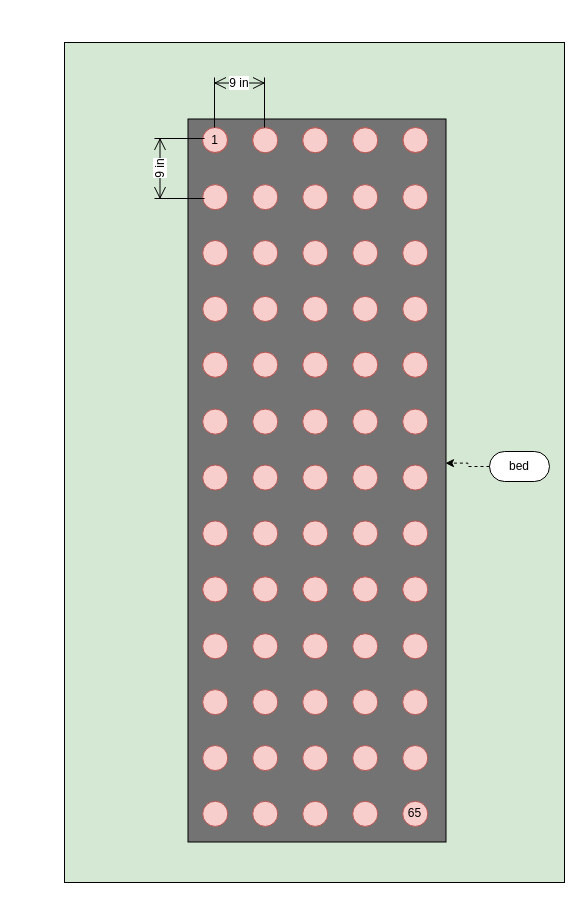
This is page "plant spacing" (2 of 2) of docs/spring2020/Flower-Field-Spring-2020.drawio from ohiobarn/flowerfarm, a draw.io file, before an edit. Source tidied: cells renumbered, new cells numbered last; positions are measured from the earlier drawing's top-left corner, leaving out a move shared by most shapes. Both pictures are drawn from the tidied source at 100%, with x=0, y=0 at pixel (-45, 42).
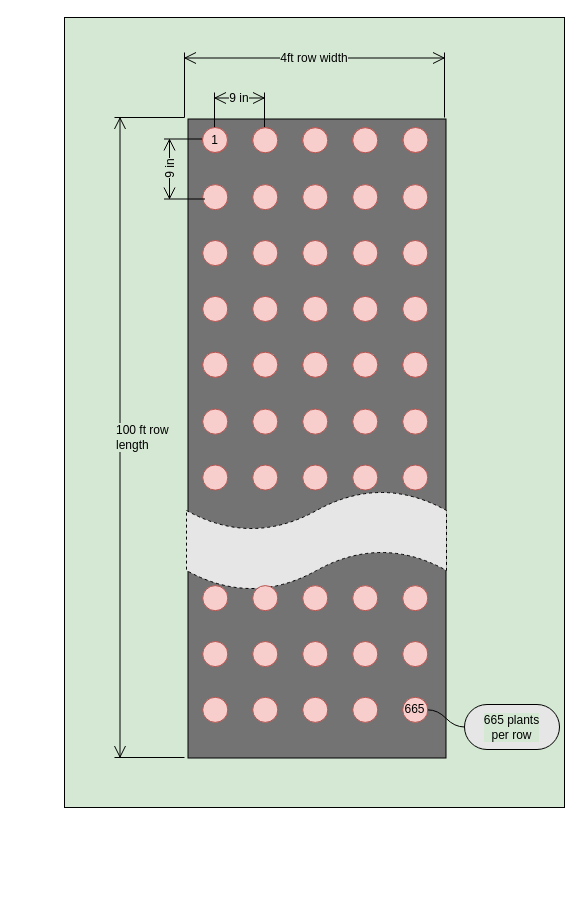
The same page after the edit.

Unchanged cells that the change refers to:
```xml
<mxCell id="12" style="group;rotation=90;" parent="5" vertex="1">
  <mxGeometry x="85" y="244.5" width="226" height="27.9" as="geometry" />
</mxCell>
<mxCell id="18" style="group;rotation=90;" parent="5" vertex="1">
  <mxGeometry x="85" y="469.1" width="226" height="27.9" as="geometry" />
</mxCell>
<mxCell id="32" style="group;rotation=90;" parent="25" vertex="1">
  <mxGeometry y="224.5" width="226" height="27.9" as="geometry" />
</mxCell>
<mxCell id="38" style="group;rotation=90;" parent="25" vertex="1">
  <mxGeometry y="449.1" width="226" height="27.9" as="geometry" />
</mxCell>
<mxCell id="59" style="group;rotation=90;" parent="52" vertex="1">
  <mxGeometry y="224.5" width="226" height="27.9" as="geometry" />
</mxCell>
<mxCell id="65" style="group;rotation=90;" parent="52" vertex="1">
  <mxGeometry y="449.1" width="226" height="27.9" as="geometry" />
</mxCell>
<mxCell id="79" style="group;rotation=90;" parent="72" vertex="1">
  <mxGeometry y="224.5" width="226" height="27.9" as="geometry" />
</mxCell>
<mxCell id="85" style="group;rotation=90;" parent="72" vertex="1">
  <mxGeometry y="449.1" width="226" height="27.9" as="geometry" />
</mxCell>
<mxCell id="99" style="group;rotation=90;" parent="92" vertex="1">
  <mxGeometry y="224.5" width="226" height="27.9" as="geometry" />
</mxCell>
<mxCell id="105" style="group;rotation=90;" parent="92" vertex="1">
  <mxGeometry y="449.1" width="226" height="27.9" as="geometry" />
</mxCell>
```

Diff of the diagram source:
```diff
@@
     <mxCell id="2" style="rounded=0;whiteSpace=wrap;html=1;fillColor=#D5E8D4;labelBackgroundColor=none;" parent="1" vertex="1">
-      <mxGeometry x="109" width="500" height="840" as="geometry" />
+      <mxGeometry x="109" y="-25" width="500" height="790" as="geometry" />
     </mxCell>
     <mxCell id="3" style="rounded=0;whiteSpace=wrap;html=1;fillColor=#737373;rotation=90;" parent="1" vertex="1">
-      <mxGeometry y="309" width="723" height="258" as="geometry" />
+      <mxGeometry x="42" y="267" width="639" height="258" as="geometry" />
     </mxCell>
@@
-    <mxCell id="13" style="ellipse;whiteSpace=wrap;html=1;fillColor=#f8cecc;strokeColor=#b85450;rotation=-90;" parent="12" vertex="1">
-      <mxGeometry x="100.2" y="111.7" width="25.1" height="25.1" as="geometry" />
-    </mxCell>
-    <mxCell id="14" style="ellipse;whiteSpace=wrap;html=1;fillColor=#f8cecc;strokeColor=#b85450;rotation=-90;" parent="12" vertex="1">
-      <mxGeometry x="100.2" y="55.9" width="25.1" height="25.1" as="geometry" />
-    </mxCell>
@@
     <mxCell id="19" style="ellipse;whiteSpace=wrap;html=1;fillColor=#f8cecc;strokeColor=#b85450;rotation=-90;" parent="18" vertex="1">
-      <mxGeometry x="100.2" y="111.7" width="25.1" height="25.1" as="geometry" />
+      <mxGeometry x="100.2" y="7.7" width="25.1" height="25.1" as="geometry" />
     </mxCell>
     <mxCell id="20" style="ellipse;whiteSpace=wrap;html=1;fillColor=#f8cecc;strokeColor=#b85450;rotation=-90;" parent="18" vertex="1">
-      <mxGeometry x="100.2" y="55.9" width="25.1" height="25.1" as="geometry" />
+      <mxGeometry x="100.2" y="-48.1" width="25.1" height="25.1" as="geometry" />
     </mxCell>
     <mxCell id="21" style="ellipse;whiteSpace=wrap;html=1;fillColor=#f8cecc;strokeColor=#b85450;rotation=-90;" parent="18" vertex="1">
-      <mxGeometry x="100.2" width="25.1" height="25.1" as="geometry" />
+      <mxGeometry x="100.2" y="-104" width="25.1" height="25.1" as="geometry" />
     </mxCell>
-    <mxCell id="22" style="ellipse;whiteSpace=wrap;html=1;fillColor=#f8cecc;strokeColor=#b85450;rotation=-90;" parent="18" vertex="1">
-      <mxGeometry x="100.2" y="-55.9" width="25.1" height="25.1" as="geometry" />
-    </mxCell>
-    <mxCell id="23" style="ellipse;whiteSpace=wrap;html=1;fillColor=#f8cecc;strokeColor=#b85450;rotation=-90;" parent="18" vertex="1">
-      <mxGeometry x="100.2" y="-112.8" width="25.1" height="25.1" as="geometry" />
-    </mxCell>
@@
-    <mxCell id="33" style="ellipse;whiteSpace=wrap;html=1;fillColor=#f8cecc;strokeColor=#b85450;rotation=-90;" parent="32" vertex="1">
-      <mxGeometry x="100.2" y="111.7" width="25.1" height="25.1" as="geometry" />
-    </mxCell>
-    <mxCell id="34" style="ellipse;whiteSpace=wrap;html=1;fillColor=#f8cecc;strokeColor=#b85450;rotation=-90;" parent="32" vertex="1">
-      <mxGeometry x="100.2" y="55.9" width="25.1" height="25.1" as="geometry" />
-    </mxCell>
@@
-    <mxCell id="39" value="65" style="ellipse;whiteSpace=wrap;html=1;fillColor=#f8cecc;strokeColor=#b85450;rotation=0;direction=south;" parent="38" vertex="1">
-      <mxGeometry x="100.2" y="111.7" width="25.1" height="25.1" as="geometry" />
+    <mxCell id="39" value="665" style="ellipse;whiteSpace=wrap;html=1;fillColor=#f8cecc;strokeColor=#b85450;rotation=0;direction=south;" parent="38" vertex="1">
+      <mxGeometry x="100.2" y="7.7" width="25.1" height="25.1" as="geometry" />
     </mxCell>
     <mxCell id="40" style="ellipse;whiteSpace=wrap;html=1;fillColor=#f8cecc;strokeColor=#b85450;rotation=-90;" parent="38" vertex="1">
-      <mxGeometry x="100.2" y="55.9" width="25.1" height="25.1" as="geometry" />
+      <mxGeometry x="100.2" y="-48.1" width="25.1" height="25.1" as="geometry" />
     </mxCell>
     <mxCell id="41" style="ellipse;whiteSpace=wrap;html=1;fillColor=#f8cecc;strokeColor=#b85450;rotation=-90;" parent="38" vertex="1">
-      <mxGeometry x="100.2" width="25.1" height="25.1" as="geometry" />
+      <mxGeometry x="100.2" y="-104" width="25.1" height="25.1" as="geometry" />
     </mxCell>
-    <mxCell id="42" style="ellipse;whiteSpace=wrap;html=1;fillColor=#f8cecc;strokeColor=#b85450;rotation=-90;" parent="38" vertex="1">
-      <mxGeometry x="100.2" y="-55.9" width="25.1" height="25.1" as="geometry" />
-    </mxCell>
-    <mxCell id="43" style="ellipse;whiteSpace=wrap;html=1;fillColor=#f8cecc;strokeColor=#b85450;rotation=-90;" parent="38" vertex="1">
-      <mxGeometry x="100.2" y="-112.8" width="25.1" height="25.1" as="geometry" />
-    </mxCell>
-    <mxCell id="44" style="group;" parent="1" vertex="1">
-      <mxGeometry x="197" y="85" width="326" height="590" as="geometry" />
-    </mxCell>
+    <mxCell id="111" value="9 in" style="shape=dimension;direction=west;whiteSpace=wrap;html=1;align=center;verticalAlign=top;spacingTop=-8;labelBackgroundColor=#D5E8D4;fillColor=#737373;" parent="1" vertex="1">
+      <mxGeometry x="259" y="50" width="50" height="35" as="geometry" />
+    </mxCell>
+    <mxCell id="112" value="9 in" style="shape=dimension;direction=west;whiteSpace=wrap;html=1;align=center;verticalAlign=top;spacingTop=-8;labelBackgroundColor=#D5E8D4;fillColor=#737373;rotation=270;" parent="1" vertex="1">
+      <mxGeometry x="199" y="106" width="60" height="41" as="geometry" />
+    </mxCell>
+    <mxCell id="115" style="shape=tape;whiteSpace=wrap;html=1;labelBackgroundColor=#D5E8D4;fillColor=#E6E6E6;fontColor=#000000;dashed=1;" parent="1" vertex="1">
+      <mxGeometry x="231" y="448" width="260" height="100" as="geometry" />
+    </mxCell>
-    <mxCell id="45" style="group;" parent="44" vertex="1">
-      <mxGeometry width="301.5" height="25" as="geometry" />
+    <mxCell id="45" style="group;" parent="1" vertex="1">
+      <mxGeometry x="197" y="85" width="301.5" height="25" as="geometry" />
     </mxCell>
@@
-    <mxCell id="51" style="group;" parent="44" vertex="1">
-      <mxGeometry y="163" width="226" height="427" as="geometry" />
+    <mxCell id="51" style="group;" parent="1" vertex="1">
+      <mxGeometry x="197" y="248" width="226" height="427" as="geometry" />
     </mxCell>
@@
-    <mxCell id="60" style="ellipse;whiteSpace=wrap;html=1;fillColor=#f8cecc;strokeColor=#b85450;rotation=-90;" parent="59" vertex="1">
-      <mxGeometry x="100.2" y="111.7" width="25.1" height="25.1" as="geometry" />
-    </mxCell>
-    <mxCell id="61" style="ellipse;whiteSpace=wrap;html=1;fillColor=#f8cecc;strokeColor=#b85450;rotation=-90;" parent="59" vertex="1">
-      <mxGeometry x="100.2" y="55.9" width="25.1" height="25.1" as="geometry" />
-    </mxCell>
@@
     <mxCell id="66" style="ellipse;whiteSpace=wrap;html=1;fillColor=#f8cecc;strokeColor=#b85450;rotation=-90;" parent="65" vertex="1">
-      <mxGeometry x="100.2" y="111.7" width="25.1" height="25.1" as="geometry" />
+      <mxGeometry x="100.2" y="7.7" width="25.1" height="25.1" as="geometry" />
     </mxCell>
     <mxCell id="67" style="ellipse;whiteSpace=wrap;html=1;fillColor=#f8cecc;strokeColor=#b85450;rotation=-90;" parent="65" vertex="1">
-      <mxGeometry x="100.2" y="55.9" width="25.1" height="25.1" as="geometry" />
+      <mxGeometry x="100.2" y="-48.1" width="25.1" height="25.1" as="geometry" />
     </mxCell>
     <mxCell id="68" style="ellipse;whiteSpace=wrap;html=1;fillColor=#f8cecc;strokeColor=#b85450;rotation=-90;" parent="65" vertex="1">
-      <mxGeometry x="100.2" width="25.1" height="25.1" as="geometry" />
+      <mxGeometry x="100.2" y="-104" width="25.1" height="25.1" as="geometry" />
     </mxCell>
-    <mxCell id="69" style="ellipse;whiteSpace=wrap;html=1;fillColor=#f8cecc;strokeColor=#b85450;rotation=-90;" parent="65" vertex="1">
-      <mxGeometry x="100.2" y="-55.9" width="25.1" height="25.1" as="geometry" />
-    </mxCell>
-    <mxCell id="70" style="ellipse;whiteSpace=wrap;html=1;fillColor=#f8cecc;strokeColor=#b85450;rotation=-90;" parent="65" vertex="1">
-      <mxGeometry x="100.2" y="-112.8" width="25.1" height="25.1" as="geometry" />
-    </mxCell>
-    <mxCell id="71" style="group;" parent="44" vertex="1">
-      <mxGeometry x="50" y="163" width="226" height="427" as="geometry" />
+    <mxCell id="71" style="group;" parent="1" vertex="1">
+      <mxGeometry x="247" y="248" width="226" height="427" as="geometry" />
     </mxCell>
@@
-    <mxCell id="80" style="ellipse;whiteSpace=wrap;html=1;fillColor=#f8cecc;strokeColor=#b85450;rotation=-90;" parent="79" vertex="1">
-      <mxGeometry x="100.2" y="111.7" width="25.1" height="25.1" as="geometry" />
-    </mxCell>
-    <mxCell id="81" style="ellipse;whiteSpace=wrap;html=1;fillColor=#f8cecc;strokeColor=#b85450;rotation=-90;" parent="79" vertex="1">
-      <mxGeometry x="100.2" y="55.9" width="25.1" height="25.1" as="geometry" />
-    </mxCell>
@@
     <mxCell id="86" style="ellipse;whiteSpace=wrap;html=1;fillColor=#f8cecc;strokeColor=#b85450;rotation=-90;" parent="85" vertex="1">
-      <mxGeometry x="100.2" y="111.7" width="25.1" height="25.1" as="geometry" />
+      <mxGeometry x="100.2" y="7.7" width="25.1" height="25.1" as="geometry" />
     </mxCell>
     <mxCell id="87" style="ellipse;whiteSpace=wrap;html=1;fillColor=#f8cecc;strokeColor=#b85450;rotation=-90;" parent="85" vertex="1">
-      <mxGeometry x="100.2" y="55.9" width="25.1" height="25.1" as="geometry" />
+      <mxGeometry x="100.2" y="-48.1" width="25.1" height="25.1" as="geometry" />
     </mxCell>
     <mxCell id="88" style="ellipse;whiteSpace=wrap;html=1;fillColor=#f8cecc;strokeColor=#b85450;rotation=-90;" parent="85" vertex="1">
-      <mxGeometry x="100.2" width="25.1" height="25.1" as="geometry" />
+      <mxGeometry x="100.2" y="-104" width="25.1" height="25.1" as="geometry" />
     </mxCell>
-    <mxCell id="89" style="ellipse;whiteSpace=wrap;html=1;fillColor=#f8cecc;strokeColor=#b85450;rotation=-90;" parent="85" vertex="1">
-      <mxGeometry x="100.2" y="-55.9" width="25.1" height="25.1" as="geometry" />
-    </mxCell>
-    <mxCell id="90" style="ellipse;whiteSpace=wrap;html=1;fillColor=#f8cecc;strokeColor=#b85450;rotation=-90;" parent="85" vertex="1">
-      <mxGeometry x="100.2" y="-112.8" width="25.1" height="25.1" as="geometry" />
-    </mxCell>
-    <mxCell id="91" style="group;" parent="44" vertex="1">
-      <mxGeometry x="100" y="163" width="226" height="427" as="geometry" />
+    <mxCell id="91" style="group;" parent="1" vertex="1">
+      <mxGeometry x="297" y="248" width="226" height="427" as="geometry" />
     </mxCell>
@@
-    <mxCell id="100" style="ellipse;whiteSpace=wrap;html=1;fillColor=#f8cecc;strokeColor=#b85450;rotation=-90;" parent="99" vertex="1">
-      <mxGeometry x="100.2" y="111.7" width="25.1" height="25.1" as="geometry" />
-    </mxCell>
-    <mxCell id="101" style="ellipse;whiteSpace=wrap;html=1;fillColor=#f8cecc;strokeColor=#b85450;rotation=-90;" parent="99" vertex="1">
-      <mxGeometry x="100.2" y="55.9" width="25.1" height="25.1" as="geometry" />
-    </mxCell>
@@
     <mxCell id="106" style="ellipse;whiteSpace=wrap;html=1;fillColor=#f8cecc;strokeColor=#b85450;rotation=-90;" parent="105" vertex="1">
-      <mxGeometry x="100.2" y="111.7" width="25.1" height="25.1" as="geometry" />
+      <mxGeometry x="100.2" y="7.7" width="25.1" height="25.1" as="geometry" />
     </mxCell>
     <mxCell id="107" style="ellipse;whiteSpace=wrap;html=1;fillColor=#f8cecc;strokeColor=#b85450;rotation=-90;" parent="105" vertex="1">
-      <mxGeometry x="100.2" y="55.9" width="25.1" height="25.1" as="geometry" />
+      <mxGeometry x="100.2" y="-48.1" width="25.1" height="25.1" as="geometry" />
     </mxCell>
     <mxCell id="108" style="ellipse;whiteSpace=wrap;html=1;fillColor=#f8cecc;strokeColor=#b85450;rotation=-90;" parent="105" vertex="1">
-      <mxGeometry x="100.2" width="25.1" height="25.1" as="geometry" />
+      <mxGeometry x="100.2" y="-104" width="25.1" height="25.1" as="geometry" />
     </mxCell>
-    <mxCell id="109" style="ellipse;whiteSpace=wrap;html=1;fillColor=#f8cecc;strokeColor=#b85450;rotation=-90;" parent="105" vertex="1">
-      <mxGeometry x="100.2" y="-55.9" width="25.1" height="25.1" as="geometry" />
-    </mxCell>
-    <mxCell id="110" style="ellipse;whiteSpace=wrap;html=1;fillColor=#f8cecc;strokeColor=#b85450;rotation=-90;" parent="105" vertex="1">
-      <mxGeometry x="100.2" y="-112.8" width="25.1" height="25.1" as="geometry" />
-    </mxCell>
-    <mxCell id="111" value="9 in" style="shape=dimension;direction=west;whiteSpace=wrap;html=1;align=center;verticalAlign=top;spacingTop=-8;labelBackgroundColor=#ffffff;fillColor=#737373;" parent="1" vertex="1">
-      <mxGeometry x="259" y="35" width="50" height="50" as="geometry" />
-    </mxCell>
-    <mxCell id="112" value="9 in" style="shape=dimension;direction=west;whiteSpace=wrap;html=1;align=center;verticalAlign=top;spacingTop=-8;labelBackgroundColor=#ffffff;fillColor=#737373;rotation=270;" parent="1" vertex="1">
-      <mxGeometry x="194" y="101" width="60" height="50" as="geometry" />
-    </mxCell>
-    <mxCell id="113" style="edgeStyle=orthogonalEdgeStyle;rounded=0;jettySize=auto;html=1;exitX=0;exitY=0.5;exitDx=0;exitDy=0;shadow=0;dashed=1;fillColor=#ffffff;entryX=0.476;entryY=0.002;entryDx=0;entryDy=0;entryPerimeter=0;" parent="1" edge="1" source="114" target="3">
-      <mxGeometry relative="1" as="geometry" />
-    </mxCell>
-    <mxCell id="114" value="bed" style="whiteSpace=wrap;html=1;rounded=1;arcSize=50;align=center;verticalAlign=middle;strokeWidth=1;spacing=4;labelBackgroundColor=none;fillColor=#ffffff;" parent="1" vertex="1">
-      <mxGeometry x="534" y="409" width="60" height="30" as="geometry" />
-    </mxCell>
+    <mxCell id="116" value="100 ft row&lt;br&gt;length" style="shape=dimension;direction=south;whiteSpace=wrap;html=1;align=left;verticalAlign=middle;labelBackgroundColor=#D5E8D4;fillColor=#E6E6E6;fontColor=#000000;" parent="1" vertex="1">
+      <mxGeometry x="159" y="75" width="70" height="640" as="geometry" />
+    </mxCell>
+    <mxCell id="117" value="4ft row width" style="shape=dimension;direction=west;whiteSpace=wrap;html=1;align=center;verticalAlign=top;spacingTop=-8;labelBackgroundColor=#D5E8D4;fillColor=#E6E6E6;fontColor=#000000;" parent="1" vertex="1">
+      <mxGeometry x="229" y="10" width="260" height="65" as="geometry" />
+    </mxCell>
+    <mxCell id="118" value="665 plants &lt;br&gt;per row" style="whiteSpace=wrap;html=1;rounded=1;arcSize=50;align=center;verticalAlign=middle;strokeWidth=1;spacing=4;labelBackgroundColor=#D5E8D4;fillColor=#E6E6E6;fontColor=#000000;" parent="1" vertex="1">
+      <mxGeometry x="509" y="662" width="95" height="45" as="geometry" />
+    </mxCell>
+    <mxCell id="119" style="edgeStyle=entityRelationEdgeStyle;startArrow=none;endArrow=none;segment=10;curved=1;labelBackgroundColor=#000000;fontColor=#000000;exitX=0.5;exitY=0;exitDx=0;exitDy=0;" parent="1" edge="1" source="39" target="118">
+      <mxGeometry relative="1" as="geometry" />
+    </mxCell>
```
